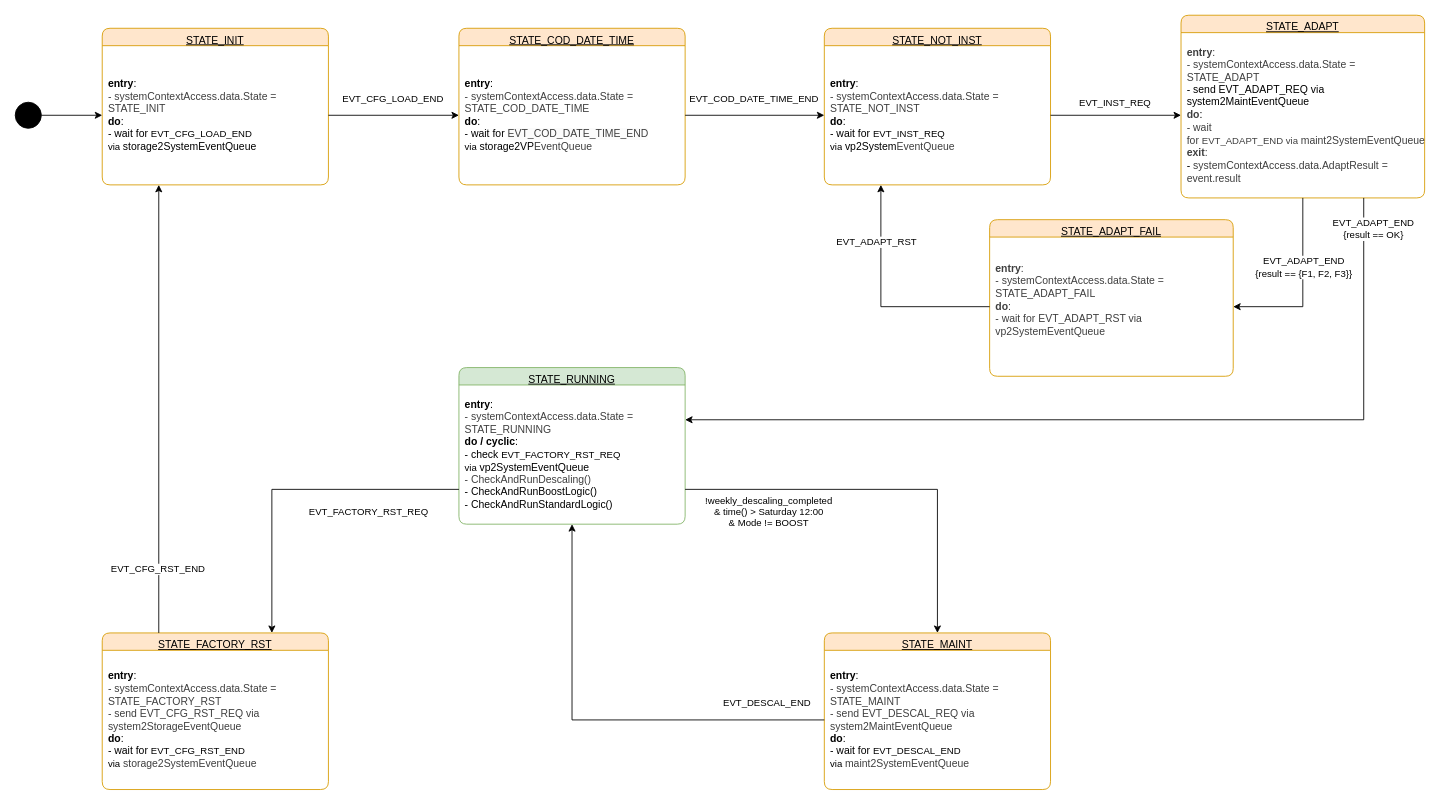
Before: software/diagrams/mt-rt-sw-system-task-state-machine.drawio in MiraTherm/miratherm-radiator-thermostat-documentation, a draw.io diagram. Source tidied: cells renumbered, new cells numbered last; positions are measured from the earlier drawing's top-left corner, leaving out a move shared by most shapes. Both pictures are drawn from the tidied source at 87%, with x=0, y=0 at pixel (15, 15).
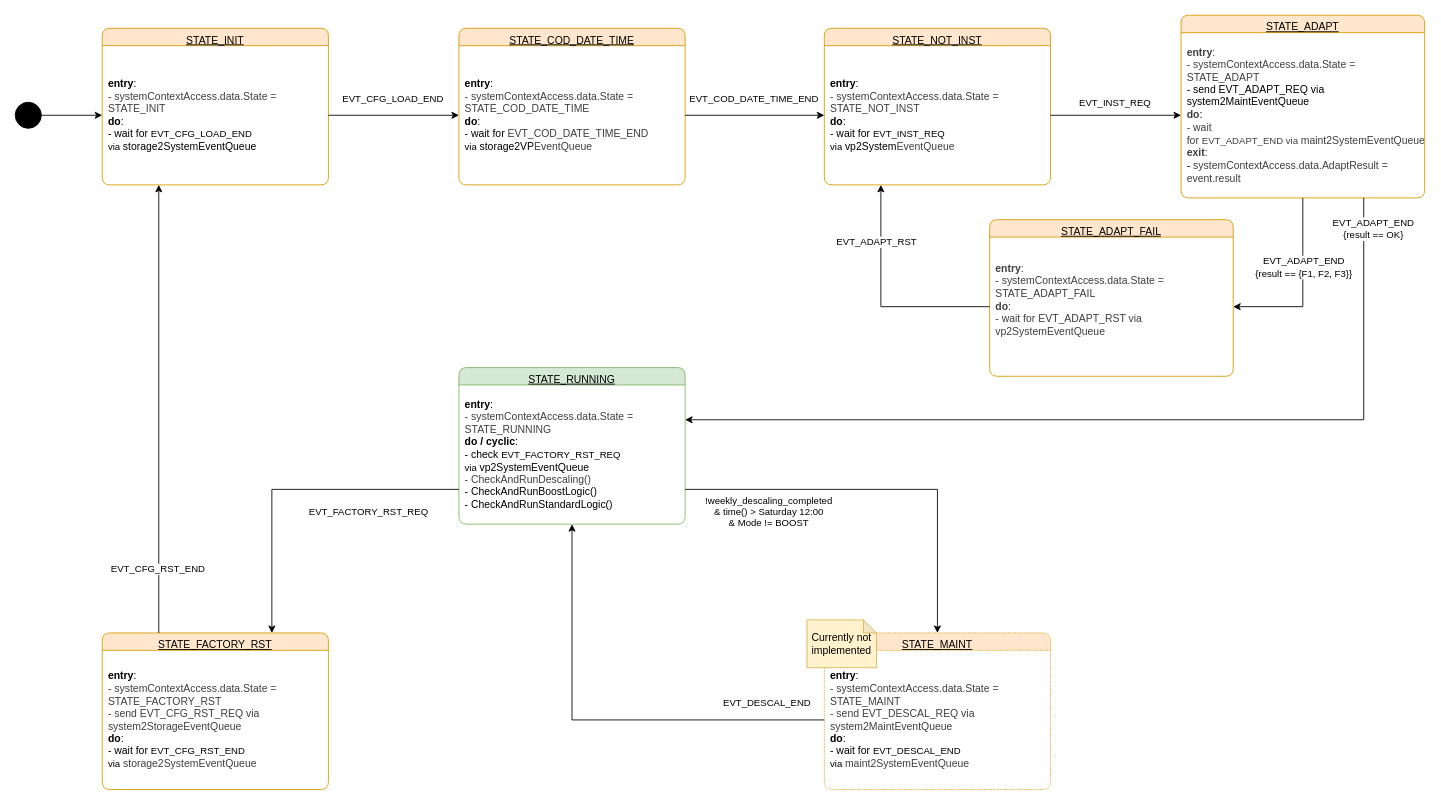
The same diagram, later.

Commit message (it also covers changes not shown here):
:memo: Add/change development state notices

Change to the diagram source:
```diff
@@
-    <mxCell id="24" value="STATE_MAINT" style="swimlane;fontStyle=4;align=center;verticalAlign=top;horizontal=1;startSize=20;html=1;rounded=1;absoluteArcSize=1;arcSize=18;whiteSpace=wrap;fillColor=#ffe6cc;strokeColor=#d79b00;" parent="1" vertex="1">
+    <mxCell id="24" value="STATE_MAINT" style="swimlane;fontStyle=4;align=center;verticalAlign=top;horizontal=1;startSize=20;html=1;rounded=1;absoluteArcSize=1;arcSize=18;whiteSpace=wrap;fillColor=#ffe6cc;strokeColor=#d79b00;dashed=1;dashPattern=1 1;" parent="1" vertex="1">
       <mxGeometry x="930" y="710" width="260" height="180" as="geometry" />
     </mxCell>
@@
+    <mxCell id="40" value="Currently not implemented" style="shape=note;whiteSpace=wrap;html=1;backgroundOutline=1;darkOpacity=0.05;size=15;fillColor=#fff2cc;strokeColor=#d6b656;" parent="1" vertex="1">
+      <mxGeometry x="910" y="695" width="80" height="55" as="geometry" />
+    </mxCell>
```
